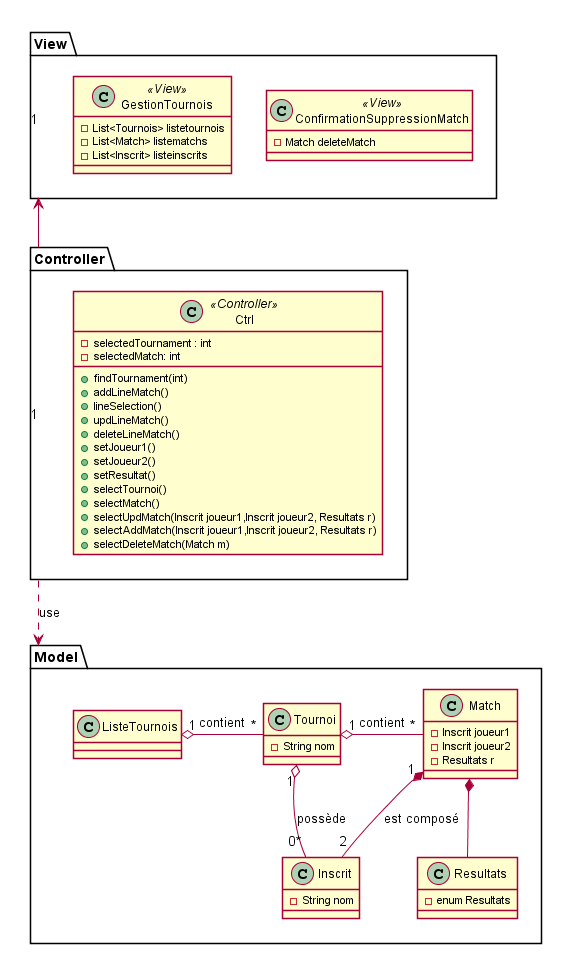
Earlier version of the PlantUML export ANC3-Diagramme/ClassDiagram/CDL.png (MatildeGr/Java-Tournament-Management).
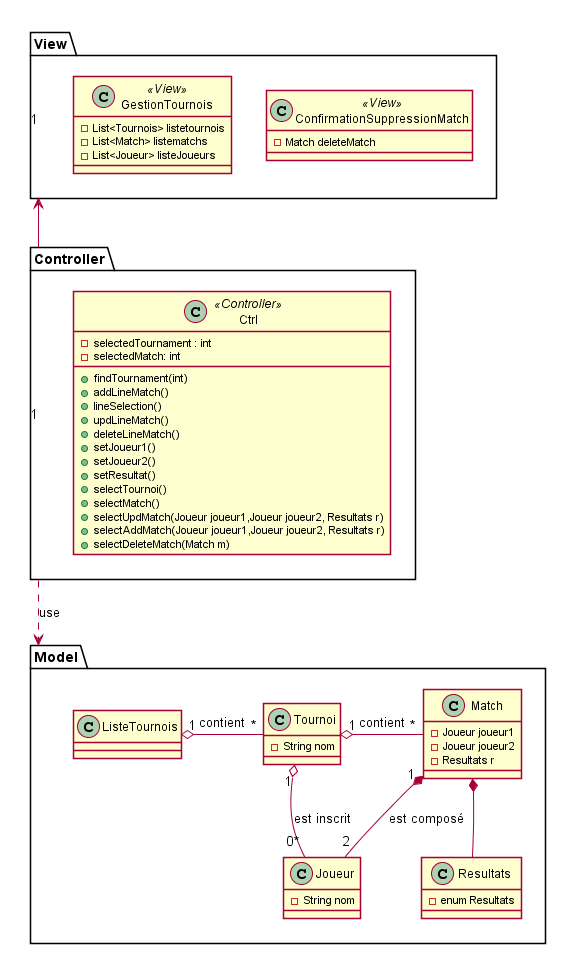
Above is the later version.

Diff of the diagram source:
```diff
@@ -7,12 +7,12 @@
         - String nom
     }
     class Match{
-        -Inscrit joueur1
-        -Inscrit joueur2
+        -Joueur joueur1
+        -Joueur joueur2
         -Resultats r
     }
 
-    class Inscrit{
+    class Joueur{
         -String nom
     }
     class Resultats{
@@ -35,8 +35,8 @@
         +setResultat()
         +selectTournoi()
         +selectMatch()
-        +selectUpdMatch(Inscrit joueur1,Inscrit joueur2, Resultats r)
-        +selectAddMatch(Inscrit joueur1,Inscrit joueur2, Resultats r)
+        +selectUpdMatch(Joueur joueur1,Joueur joueur2, Resultats r)
+        +selectAddMatch(Joueur joueur1,Joueur joueur2, Resultats r)
         +selectDeleteMatch(Match m)
 
     }
@@ -48,14 +48,14 @@
      class GestionTournois<<View>>{
         -List<Tournois> listetournois
         -List<Match> listematchs
-        -List<Inscrit> listeinscrits
+        -List<Joueur> listeJoueurs
 
     }
 }
 ListeTournois "1" o-r- "*" Tournoi : contient
 Tournoi "1" o-r- "*" Match : contient
-Tournoi "1" o-- "0*" Inscrit : possède
-Match "1" *-- "2" Inscrit :est composé
+Tournoi "1" o-- "0*" Joueur : est inscrit
+Match "1" *-- "2" Joueur :est composé
 Match *-- Resultats
 Controller ..> Model : use
 View"1" <--"1" Controller
```
